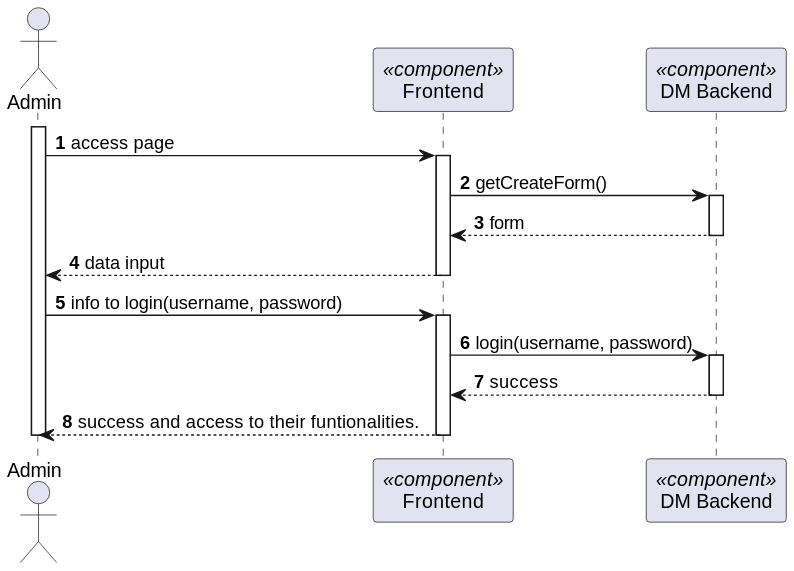
This is docs/BackofficeModule/7.2.5/sequence-diagram-2.svg from Ana-Miguel-Silva/SurgicalAppointmentAndResourceManagement, a PlantUML export, as it was before one commit. Its diagram source:
```plantuml
@startuml
skinparam packageStyle rectangle
skinparam shadowing false

autonumber

actor "Admin" as AD
participant "Frontend" as FE <<component>>
participant "DM Backend" as BE <<component>>



activate AD
AD -> FE: access page
activate FE
FE -> BE: getCreateForm()
activate BE
BE --> FE: form
deactivate BE
FE --> AD : data input
deactivate FE
AD -> FE : info to login(username, password)
activate FE
FE -> BE : login(username, password)
activate BE
BE --> FE: success
deactivate BE
FE --> AD : success and access to their funtionalities.
deactivate FE
deactivate AD
@enduml
```
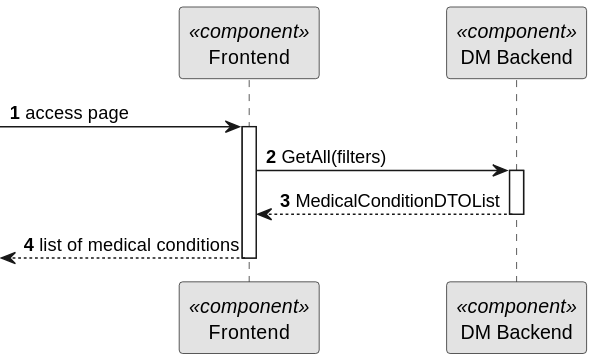
After the commit.

The edit, as a diff of the source:
```diff
@@ -1,31 +1,21 @@
 @startuml
+skinparam monochrome true
 skinparam packageStyle rectangle
 skinparam shadowing false
 
 autonumber
 
-actor "Admin" as AD
 participant "Frontend" as FE <<component>>
 participant "DM Backend" as BE <<component>>
 
 
 
-activate AD
-AD -> FE: access page
+-> FE: access page
 activate FE
-FE -> BE: getCreateForm()
+FE -> BE: GetAll(filters)
 activate BE
-BE --> FE: form
+BE --> FE: MedicalConditionDTOList
 deactivate BE
-FE --> AD : data input
+<--FE: list of medical conditions
 deactivate FE
-AD -> FE : info to login(username, password)
-activate FE
-FE -> BE : login(username, password)
-activate BE
-BE --> FE: success
-deactivate BE
-FE --> AD : success and access to their funtionalities.
-deactivate FE
-deactivate AD
 @enduml
```
